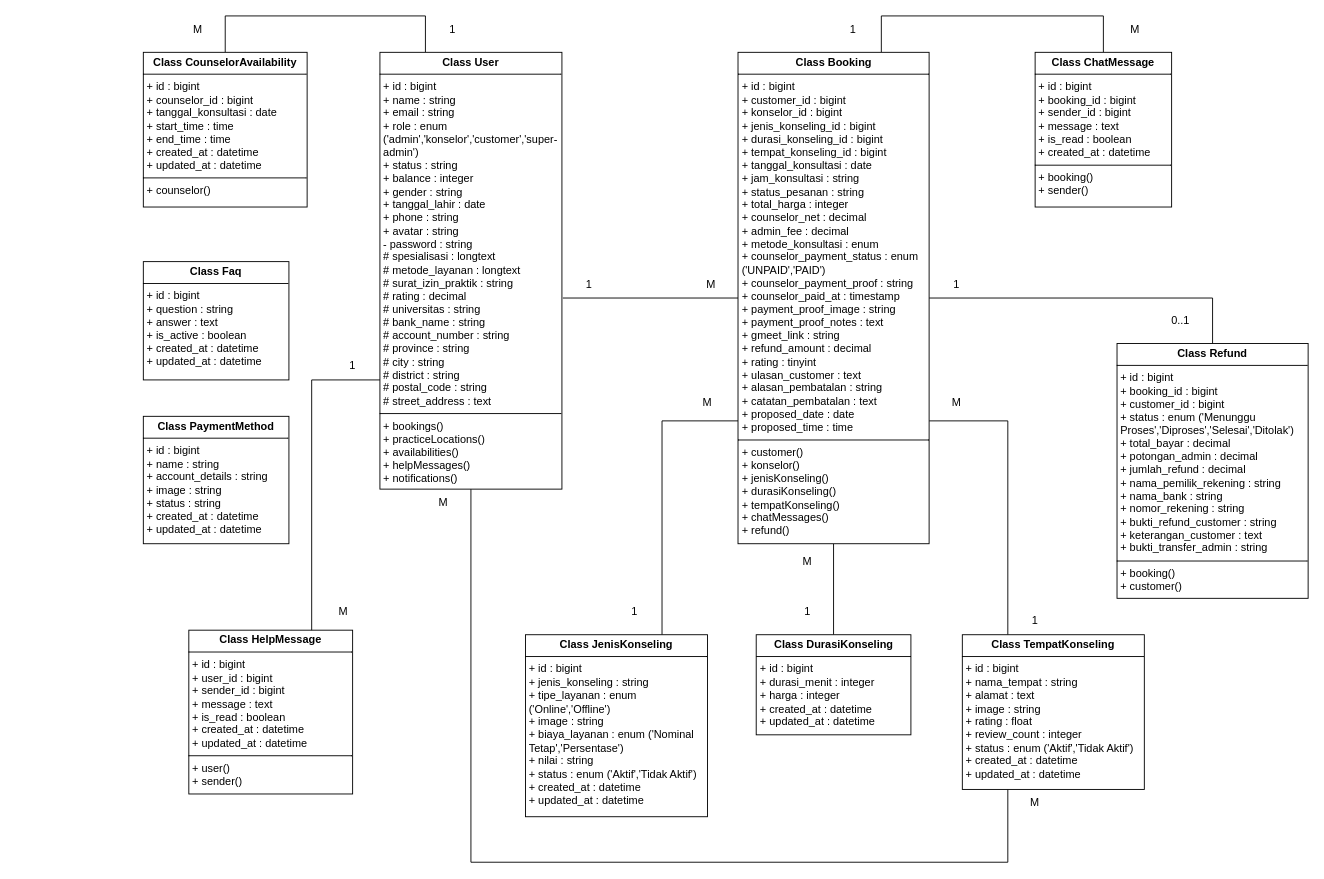
Above: Class Diagram.drawio in UlulAzmiALatala/moodly-app (draw.io), before the change. Source tidied: cells renumbered, new cells numbered last; positions are measured from the earlier drawing's top-left corner, leaving out a move shared by most shapes. Both pictures are drawn from the tidied source at 91%, with x=0, y=0 at pixel (143, 15).
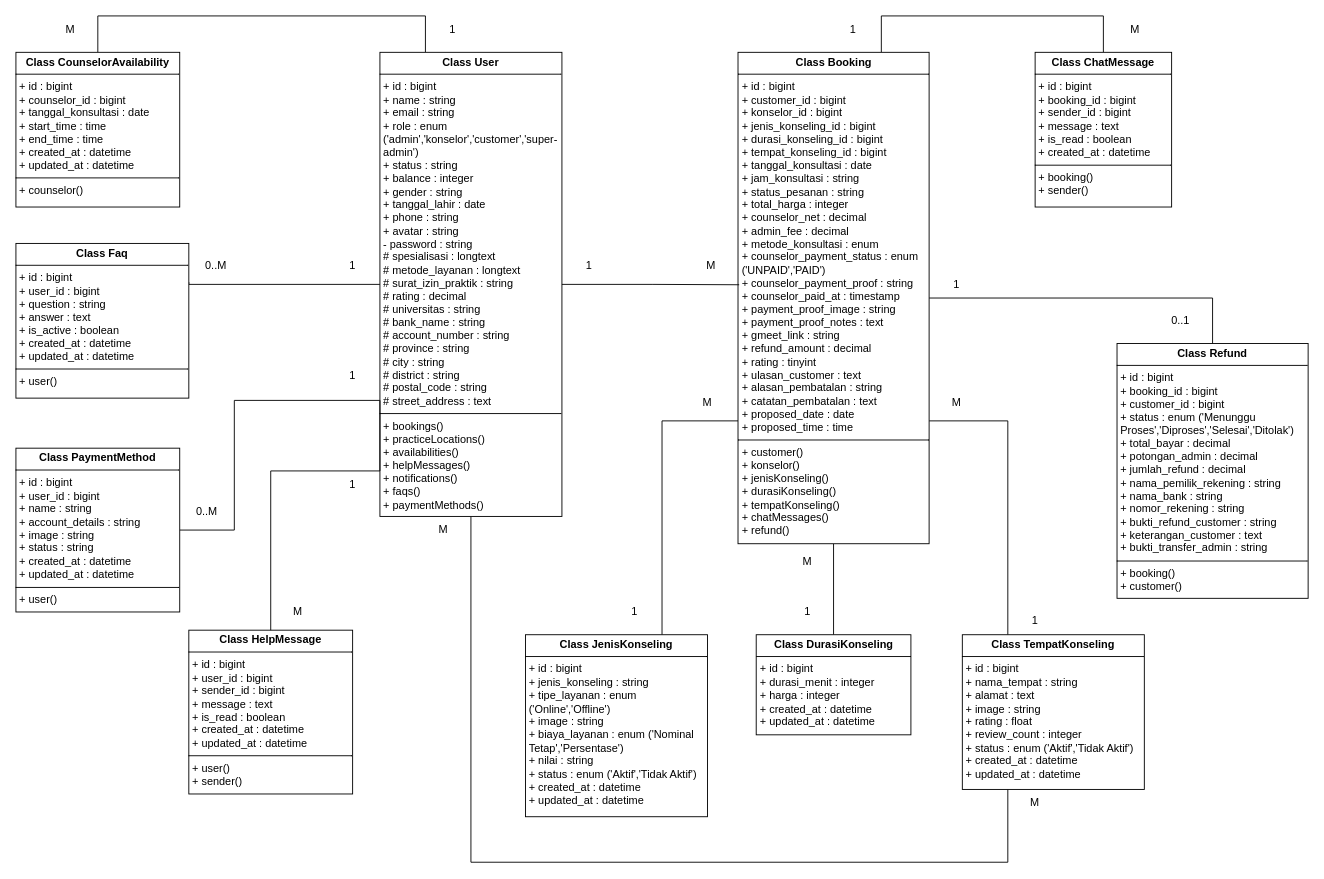
The same diagram, later.

Unchanged cells that the change refers to:
```xml
<mxCell id="10" value="&lt;p style=&quot;margin:0px;margin-top:4px;text-align:center;&quot;&gt;&lt;b&gt;Class Booking&lt;/b&gt;&lt;/p&gt;&lt;hr size=&quot;1&quot; style=&quot;border-style:solid;&quot;&gt;&lt;p style=&quot;margin:0px;margin-left:4px;&quot;&gt;+ id : bigint&lt;/p&gt;&lt;p style=&quot;margin:0px;margin-left:4px;&quot;&gt;+ customer_id : bigint&lt;/p&gt;&lt;p style=&quot;margin:0px;margin-left:4px;&quot;&gt;+ konselor_id : bigint&lt;/p&gt;&lt;p style=&quot;margin:0px;margin-left:4px;&quot;&gt;+ jenis_konseling_id : bigint&lt;/p&gt;&lt;p style=&quot;margin:0px;margin-left:4px;&quot;&gt;+ durasi_konseling_id : bigint&lt;/p&gt;&lt;p style=&quot;margin:0px;margin-left:4px;&quot;&gt;+ tempat_konseling_id : bigint&lt;/p&gt;&lt;p style=&quot;margin:0px;margin-left:4px;&quot;&gt;+ tanggal_konsultasi : date&lt;/p&gt;&lt;p style=&quot;margin:0px;margin-left:4px;&quot;&gt;+ jam_konsultasi : string&lt;/p&gt;&lt;p style=&quot;margin:0px;margin-left:4px;&quot;&gt;+ status_pesanan : string&lt;/p&gt;&lt;p style=&quot;margin:0px;margin-left:4px;&quot;&gt;+ total_harga : integer&lt;/p&gt;&lt;p style=&quot;margin:0px;margin-left:4px;&quot;&gt;+ counselor_net : decimal&lt;/p&gt;&lt;p style=&quot;margin:0px;margin-left:4px;&quot;&gt;+ admin_fee : decimal&lt;/p&gt;&lt;p style=&quot;margin:0px;margin-left:4px;&quot;&gt;+ metode_konsultasi : enum&lt;/p&gt;&lt;p style=&quot;margin:0px;margin-left:4px;&quot;&gt;+ counselor_payment_status : enum ('UNPAID','PAID')&lt;/p&gt;&lt;p style=&quot;margin:0px;margin-left:4px;&quot;&gt;+ counselor_payment_proof : string&lt;/p&gt;&lt;p style=&quot;margin:0px;margin-left:4px;&quot;&gt;+ counselor_paid_at : timestamp&lt;/p&gt;&lt;p style=&quot;margin:0px;margin-left:4px;&quot;&gt;+ payment_proof_image : string&lt;/p&gt;&lt;p style=&quot;margin:0px;margin-left:4px;&quot;&gt;+ payment_proof_notes : text&lt;/p&gt;&lt;p style=&quot;margin:0px;margin-left:4px;&quot;&gt;+ gmeet_link : string&lt;/p&gt;&lt;p style=&quot;margin:0px;margin-left:4px;&quot;&gt;+ refund_amount : decimal&lt;/p&gt;&lt;p style=&quot;margin:0px;margin-left:4px;&quot;&gt;+ rating : tinyint&lt;/p&gt;&lt;p style=&quot;margin:0px;margin-left:4px;&quot;&gt;+ ulasan_customer : text&lt;/p&gt;&lt;p style=&quot;margin:0px;margin-left:4px;&quot;&gt;+ alasan_pembatalan : string&lt;/p&gt;&lt;p style=&quot;margin:0px;margin-left:4px;&quot;&gt;+ catatan_pembatalan : text&lt;/p&gt;&lt;p style=&quot;margin:0px;margin-left:4px;&quot;&gt;+ proposed_date : date&lt;/p&gt;&lt;p style=&quot;margin:0px;margin-left:4px;&quot;&gt;+ proposed_time : time&lt;/p&gt;&lt;hr size=&quot;1&quot; style=&quot;border-style:solid;&quot;&gt;&lt;p style=&quot;margin:0px;margin-left:4px;&quot;&gt;+ customer()&lt;/p&gt;&lt;p style=&quot;margin:0px;margin-left:4px;&quot;&gt;+ konselor()&lt;/p&gt;&lt;p style=&quot;margin:0px;margin-left:4px;&quot;&gt;+ jenisKonseling()&lt;/p&gt;&lt;p style=&quot;margin:0px;margin-left:4px;&quot;&gt;+ durasiKonseling()&lt;/p&gt;&lt;p style=&quot;margin:0px;margin-left:4px;&quot;&gt;+ tempatKonseling()&lt;/p&gt;&lt;p style=&quot;margin:0px;margin-left:4px;&quot;&gt;+ chatMessages()&lt;/p&gt;&lt;p style=&quot;margin:0px;margin-left:4px;&quot;&gt;+ refund()&lt;/p&gt;" style="verticalAlign=top;align=left;overflow=fill;html=1;whiteSpace=wrap;" parent="1" vertex="1">
  <mxGeometry x="653.5" y="40" width="210" height="540" as="geometry" />
</mxCell>
<mxCell id="18" value="&lt;p style=&quot;margin:0px;margin-top:4px;text-align:center;&quot;&gt;&lt;b&gt;Class&amp;nbsp;&lt;/b&gt;&lt;span style=&quot;background-color: transparent; color: light-dark(rgb(0, 0, 0), rgb(255, 255, 255)); text-align: left;&quot;&gt;&lt;b&gt;HelpMessage&lt;/b&gt;&lt;/span&gt;&lt;/p&gt;&lt;hr size=&quot;1&quot; style=&quot;border-style:solid;&quot;&gt;&lt;p style=&quot;margin:0px;margin-left:4px;&quot;&gt;+ id : bigint&lt;/p&gt;&lt;p style=&quot;margin:0px;margin-left:4px;&quot;&gt;+ user_id : bigint&lt;/p&gt;&lt;p style=&quot;margin:0px;margin-left:4px;&quot;&gt;+ sender_id : bigint&lt;/p&gt;&lt;p style=&quot;margin:0px;margin-left:4px;&quot;&gt;+ message : text&lt;/p&gt;&lt;p style=&quot;margin:0px;margin-left:4px;&quot;&gt;+ is_read : boolean&lt;/p&gt;&lt;p style=&quot;margin:0px;margin-left:4px;&quot;&gt;+ created_at : datetime&lt;/p&gt;&lt;p style=&quot;margin:0px;margin-left:4px;&quot;&gt;+ updated_at : datetime&lt;/p&gt;&lt;hr size=&quot;1&quot; style=&quot;border-style:solid;&quot;&gt;&lt;p style=&quot;margin:0px;margin-left:4px;&quot;&gt;+ user()&lt;/p&gt;&lt;p style=&quot;margin:0px;margin-left:4px;&quot;&gt;+ sender()&lt;/p&gt;" style="verticalAlign=top;align=left;overflow=fill;html=1;whiteSpace=wrap;" parent="1" vertex="1">
  <mxGeometry x="50" y="675" width="180" height="180" as="geometry" />
</mxCell>
```

Change to the diagram source:
```diff
@@
     <mxCell id="3" style="edgeStyle=orthogonalEdgeStyle;rounded=0;jettySize=auto;html=1;exitX=0.25;exitY=0;exitDx=0;exitDy=0;entryX=0.5;entryY=0;entryDx=0;entryDy=0;endArrow=none;endFill=0;" parent="1" edge="1" source="4" target="11">
       <mxGeometry relative="1" as="geometry">
         <Array as="points">
           <mxPoint x="310" />
-          <mxPoint x="90" />
+          <mxPoint x="-50" />
         </Array>
       </mxGeometry>
     </mxCell>
+    <mxCell id="40" style="edgeStyle=orthogonalEdgeStyle;rounded=0;jettySize=auto;html=1;exitX=0;exitY=0.5;exitDx=0;exitDy=0;entryX=1;entryY=0.25;entryDx=0;entryDy=0;endArrow=none;endFill=0;" parent="1" edge="1" source="4" target="42">
+      <mxGeometry relative="1" as="geometry">
+        <Array as="points">
+          <mxPoint x="50" y="295" />
+        </Array>
+      </mxGeometry>
+    </mxCell>
+    <mxCell id="41" style="edgeStyle=orthogonalEdgeStyle;rounded=0;jettySize=auto;html=1;exitX=0;exitY=0.75;exitDx=0;exitDy=0;entryX=1;entryY=0.5;entryDx=0;entryDy=0;endArrow=none;endFill=0;" parent="1" edge="1" source="4" target="43">
+      <mxGeometry relative="1" as="geometry">
+        <Array as="points">
+          <mxPoint x="100" y="423" />
+          <mxPoint x="100" y="565" />
+        </Array>
+      </mxGeometry>
+    </mxCell>
-    <mxCell id="4" value="&lt;p style=&quot;margin:0px;margin-top:4px;text-align:center;&quot;&gt;&lt;b&gt;Class User&lt;/b&gt;&lt;/p&gt;&lt;hr size=&quot;1&quot; style=&quot;border-style:solid;&quot;&gt;&lt;p style=&quot;margin:0px;margin-left:4px;&quot;&gt;+ id : bigint&lt;/p&gt;&lt;p style=&quot;margin:0px;margin-left:4px;&quot;&gt;+ name : string&lt;/p&gt;&lt;p style=&quot;margin:0px;margin-left:4px;&quot;&gt;+ email : string&lt;/p&gt;&lt;p style=&quot;margin:0px;margin-left:4px;&quot;&gt;+ role : enum ('admin','konselor','customer','super-admin')&lt;/p&gt;&lt;p style=&quot;margin:0px;margin-left:4px;&quot;&gt;+ status : string&lt;/p&gt;&lt;p style=&quot;margin:0px;margin-left:4px;&quot;&gt;+ balance : integer&lt;/p&gt;&lt;p style=&quot;margin:0px;margin-left:4px;&quot;&gt;+ gender : string&lt;/p&gt;&lt;p style=&quot;margin:0px;margin-left:4px;&quot;&gt;+ tanggal_lahir : date&lt;/p&gt;&lt;p style=&quot;margin:0px;margin-left:4px;&quot;&gt;+ phone : string&lt;/p&gt;&lt;p style=&quot;margin:0px;margin-left:4px;&quot;&gt;+ avatar : string&lt;/p&gt;&lt;p style=&quot;margin:0px;margin-left:4px;&quot;&gt;- password : string&lt;/p&gt;&lt;p style=&quot;margin:0px;margin-left:4px;&quot;&gt;# spesialisasi : longtext&lt;/p&gt;&lt;p style=&quot;margin:0px;margin-left:4px;&quot;&gt;# metode_layanan : longtext&lt;/p&gt;&lt;p style=&quot;margin:0px;margin-left:4px;&quot;&gt;# surat_izin_praktik : string&lt;/p&gt;&lt;p style=&quot;margin:0px;margin-left:4px;&quot;&gt;# rating : decimal&lt;/p&gt;&lt;p style=&quot;margin:0px;margin-left:4px;&quot;&gt;# universitas : string&lt;/p&gt;&lt;p style=&quot;margin:0px;margin-left:4px;&quot;&gt;# bank_name : string&lt;/p&gt;&lt;p style=&quot;margin:0px;margin-left:4px;&quot;&gt;# account_number : string&lt;/p&gt;&lt;p style=&quot;margin:0px;margin-left:4px;&quot;&gt;# province : string&lt;/p&gt;&lt;p style=&quot;margin:0px;margin-left:4px;&quot;&gt;# city : string&lt;/p&gt;&lt;p style=&quot;margin:0px;margin-left:4px;&quot;&gt;# district : string&lt;/p&gt;&lt;p style=&quot;margin:0px;margin-left:4px;&quot;&gt;# postal_code : string&lt;/p&gt;&lt;p style=&quot;margin:0px;margin-left:4px;&quot;&gt;# street_address : text&lt;/p&gt;&lt;hr size=&quot;1&quot; style=&quot;border-style:solid;&quot;&gt;&lt;p style=&quot;margin:0px;margin-left:4px;&quot;&gt;+ bookings()&lt;/p&gt;&lt;p style=&quot;margin:0px;margin-left:4px;&quot;&gt;+ practiceLocations()&lt;/p&gt;&lt;p style=&quot;margin:0px;margin-left:4px;&quot;&gt;+ availabilities()&lt;/p&gt;&lt;p style=&quot;margin:0px;margin-left:4px;&quot;&gt;+ helpMessages()&lt;/p&gt;&lt;p style=&quot;margin:0px;margin-left:4px;&quot;&gt;+ notifications()&lt;/p&gt;" style="verticalAlign=top;align=left;overflow=fill;html=1;whiteSpace=wrap;" parent="1" vertex="1">
-      <mxGeometry x="260" y="40" width="200" height="480" as="geometry" />
+    <mxCell id="4" value="&lt;p style=&quot;margin:0px;margin-top:4px;text-align:center;&quot;&gt;&lt;b&gt;Class User&lt;/b&gt;&lt;/p&gt;&lt;hr size=&quot;1&quot; style=&quot;border-style:solid;&quot;&gt;&lt;p style=&quot;margin:0px;margin-left:4px;&quot;&gt;+ id : bigint&lt;/p&gt;&lt;p style=&quot;margin:0px;margin-left:4px;&quot;&gt;+ name : string&lt;/p&gt;&lt;p style=&quot;margin:0px;margin-left:4px;&quot;&gt;+ email : string&lt;/p&gt;&lt;p style=&quot;margin:0px;margin-left:4px;&quot;&gt;+ role : enum ('admin','konselor','customer','super-admin')&lt;/p&gt;&lt;p style=&quot;margin:0px;margin-left:4px;&quot;&gt;+ status : string&lt;/p&gt;&lt;p style=&quot;margin:0px;margin-left:4px;&quot;&gt;+ balance : integer&lt;/p&gt;&lt;p style=&quot;margin:0px;margin-left:4px;&quot;&gt;+ gender : string&lt;/p&gt;&lt;p style=&quot;margin:0px;margin-left:4px;&quot;&gt;+ tanggal_lahir : date&lt;/p&gt;&lt;p style=&quot;margin:0px;margin-left:4px;&quot;&gt;+ phone : string&lt;/p&gt;&lt;p style=&quot;margin:0px;margin-left:4px;&quot;&gt;+ avatar : string&lt;/p&gt;&lt;p style=&quot;margin:0px;margin-left:4px;&quot;&gt;- password : string&lt;/p&gt;&lt;p style=&quot;margin:0px;margin-left:4px;&quot;&gt;# spesialisasi : longtext&lt;/p&gt;&lt;p style=&quot;margin:0px;margin-left:4px;&quot;&gt;# metode_layanan : longtext&lt;/p&gt;&lt;p style=&quot;margin:0px;margin-left:4px;&quot;&gt;# surat_izin_praktik : string&lt;/p&gt;&lt;p style=&quot;margin:0px;margin-left:4px;&quot;&gt;# rating : decimal&lt;/p&gt;&lt;p style=&quot;margin:0px;margin-left:4px;&quot;&gt;# universitas : string&lt;/p&gt;&lt;p style=&quot;margin:0px;margin-left:4px;&quot;&gt;# bank_name : string&lt;/p&gt;&lt;p style=&quot;margin:0px;margin-left:4px;&quot;&gt;# account_number : string&lt;/p&gt;&lt;p style=&quot;margin:0px;margin-left:4px;&quot;&gt;# province : string&lt;/p&gt;&lt;p style=&quot;margin:0px;margin-left:4px;&quot;&gt;# city : string&lt;/p&gt;&lt;p style=&quot;margin:0px;margin-left:4px;&quot;&gt;# district : string&lt;/p&gt;&lt;p style=&quot;margin:0px;margin-left:4px;&quot;&gt;# postal_code : string&lt;/p&gt;&lt;p style=&quot;margin:0px;margin-left:4px;&quot;&gt;# street_address : text&lt;/p&gt;&lt;hr size=&quot;1&quot; style=&quot;border-style:solid;&quot;&gt;&lt;p style=&quot;margin:0px;margin-left:4px;&quot;&gt;+ bookings()&lt;/p&gt;&lt;p style=&quot;margin:0px;margin-left:4px;&quot;&gt;+ practiceLocations()&lt;/p&gt;&lt;p style=&quot;margin:0px;margin-left:4px;&quot;&gt;+ availabilities()&lt;/p&gt;&lt;p style=&quot;margin:0px;margin-left:4px;&quot;&gt;+ helpMessages()&lt;/p&gt;&lt;p style=&quot;margin:0px;margin-left:4px;&quot;&gt;+ notifications()&lt;/p&gt;&lt;p style=&quot;margin:0px;margin-left:4px;&quot;&gt;+ faqs()&lt;/p&gt;&lt;p style=&quot;margin:0px;margin-left:4px;&quot;&gt;+ paymentMethods()&lt;/p&gt;" style="verticalAlign=top;align=left;overflow=fill;html=1;whiteSpace=wrap;" parent="1" vertex="1">
+      <mxGeometry x="260" y="40" width="200" height="510" as="geometry" />
     </mxCell>
@@
     <mxCell id="11" value="&lt;p style=&quot;margin:0px;margin-top:4px;text-align:center;&quot;&gt;&lt;b&gt;Class&amp;nbsp;&lt;/b&gt;&lt;span style=&quot;background-color: transparent; color: light-dark(rgb(0, 0, 0), rgb(255, 255, 255)); text-align: left;&quot;&gt;&lt;b&gt;CounselorAvailability&lt;/b&gt;&lt;/span&gt;&lt;/p&gt;&lt;hr size=&quot;1&quot; style=&quot;border-style:solid;&quot;&gt;&lt;p style=&quot;margin:0px;margin-left:4px;&quot;&gt;+ id : bigint&lt;/p&gt;&lt;p style=&quot;margin:0px;margin-left:4px;&quot;&gt;+ counselor_id : bigint&lt;/p&gt;&lt;p style=&quot;margin:0px;margin-left:4px;&quot;&gt;+ tanggal_konsultasi : date&lt;/p&gt;&lt;p style=&quot;margin:0px;margin-left:4px;&quot;&gt;+ start_time : time&lt;/p&gt;&lt;p style=&quot;margin:0px;margin-left:4px;&quot;&gt;+ end_time : time&lt;/p&gt;&lt;p style=&quot;margin:0px;margin-left:4px;&quot;&gt;+ created_at : datetime&lt;/p&gt;&lt;p style=&quot;margin:0px;margin-left:4px;&quot;&gt;+ updated_at : datetime&lt;/p&gt;&lt;hr size=&quot;1&quot; style=&quot;border-style:solid;&quot;&gt;&lt;p style=&quot;margin:0px;margin-left:4px;&quot;&gt;+ counselor()&lt;/p&gt;" style="verticalAlign=top;align=left;overflow=fill;html=1;whiteSpace=wrap;" parent="1" vertex="1">
-      <mxGeometry y="40" width="180" height="170" as="geometry" />
+      <mxGeometry x="-140" y="40" width="180" height="170" as="geometry" />
     </mxCell>
@@
-    <mxCell id="17" value="&lt;p style=&quot;margin:0px;margin-top:4px;text-align:center;&quot;&gt;&lt;b&gt;Class&amp;nbsp;&lt;/b&gt;&lt;span style=&quot;background-color: transparent; color: light-dark(rgb(0, 0, 0), rgb(255, 255, 255)); text-align: left;&quot;&gt;&lt;b&gt;Faq&lt;/b&gt;&lt;/span&gt;&lt;/p&gt;&lt;hr size=&quot;1&quot; style=&quot;border-style:solid;&quot;&gt;&lt;p style=&quot;margin:0px;margin-left:4px;&quot;&gt;+ id : bigint&lt;/p&gt;&lt;p style=&quot;margin:0px;margin-left:4px;&quot;&gt;+ question : string&lt;/p&gt;&lt;p style=&quot;margin:0px;margin-left:4px;&quot;&gt;+ answer : text&lt;/p&gt;&lt;p style=&quot;margin:0px;margin-left:4px;&quot;&gt;+ is_active : boolean&lt;/p&gt;&lt;p style=&quot;margin:0px;margin-left:4px;&quot;&gt;+ created_at : datetime&lt;/p&gt;&lt;p style=&quot;margin:0px;margin-left:4px;&quot;&gt;+ updated_at : datetime&lt;/p&gt;&lt;p style=&quot;margin:0px;margin-left:4px;&quot;&gt;&lt;br&gt;&lt;/p&gt;" style="verticalAlign=top;align=left;overflow=fill;html=1;whiteSpace=wrap;" parent="1" vertex="1">
-      <mxGeometry y="270" width="160" height="130" as="geometry" />
-    </mxCell>
@@
-    <mxCell id="19" value="&lt;p style=&quot;margin:0px;margin-top:4px;text-align:center;&quot;&gt;&lt;b&gt;Class&amp;nbsp;&lt;/b&gt;&lt;span style=&quot;background-color: transparent; color: light-dark(rgb(0, 0, 0), rgb(255, 255, 255)); text-align: left;&quot;&gt;&lt;b&gt;PaymentMethod&lt;/b&gt;&lt;/span&gt;&lt;/p&gt;&lt;hr size=&quot;1&quot; style=&quot;border-style:solid;&quot;&gt;&lt;p style=&quot;margin:0px;margin-left:4px;&quot;&gt;+ id : bigint&lt;/p&gt;&lt;p style=&quot;margin:0px;margin-left:4px;&quot;&gt;+ name : string&lt;/p&gt;&lt;p style=&quot;margin:0px;margin-left:4px;&quot;&gt;+ account_details : string&lt;/p&gt;&lt;p style=&quot;margin:0px;margin-left:4px;&quot;&gt;+ image : string&lt;/p&gt;&lt;p style=&quot;margin:0px;margin-left:4px;&quot;&gt;+ status : string&lt;/p&gt;&lt;p style=&quot;margin:0px;margin-left:4px;&quot;&gt;+ created_at : datetime&lt;/p&gt;&lt;p style=&quot;margin:0px;margin-left:4px;&quot;&gt;+ updated_at : datetime&lt;/p&gt;&lt;p style=&quot;margin:0px;margin-left:4px;&quot;&gt;&lt;br&gt;&lt;/p&gt;" style="verticalAlign=top;align=left;overflow=fill;html=1;whiteSpace=wrap;" parent="1" vertex="1">
-      <mxGeometry y="440" width="160" height="140" as="geometry" />
-    </mxCell>
-    <mxCell id="20" style="rounded=0;jettySize=auto;html=1;entryX=0;entryY=0.5;entryDx=0;entryDy=0;endArrow=none;endFill=0;" parent="1" edge="1" target="10">
+    <mxCell id="20" style="rounded=0;jettySize=auto;html=1;entryX=0.006;entryY=0.473;entryDx=0;entryDy=0;endArrow=none;endFill=0;exitX=1;exitY=0.5;exitDx=0;exitDy=0;entryPerimeter=0;" parent="1" edge="1" source="4" target="10">
       <mxGeometry relative="1" as="geometry">
-        <mxPoint x="461" y="310" as="sourcePoint" />
+        <Array as="points">
+          <mxPoint x="560" y="295" />
+        </Array>
       </mxGeometry>
     </mxCell>
@@
     <mxCell id="27" value="1" style="text;html=1;whiteSpace=wrap;strokeColor=none;fillColor=none;align=center;verticalAlign=middle;rounded=0;" parent="1" vertex="1">
-      <mxGeometry x="460" y="280" width="60" height="30" as="geometry" />
+      <mxGeometry x="460" y="260" width="60" height="30" as="geometry" />
     </mxCell>
     <mxCell id="28" value="M" style="text;html=1;whiteSpace=wrap;strokeColor=none;fillColor=none;align=center;verticalAlign=middle;rounded=0;" parent="1" vertex="1">
-      <mxGeometry x="593.5" y="280" width="60" height="30" as="geometry" />
+      <mxGeometry x="593.5" y="260" width="60" height="30" as="geometry" />
     </mxCell>
@@
     <mxCell id="30" value="M" style="text;html=1;whiteSpace=wrap;strokeColor=none;fillColor=none;align=center;verticalAlign=middle;rounded=0;" parent="1" vertex="1">
-      <mxGeometry x="30" width="60" height="30" as="geometry" />
+      <mxGeometry x="-110" width="60" height="30" as="geometry" />
     </mxCell>
@@
-    <mxCell id="33" style="edgeStyle=orthogonalEdgeStyle;rounded=0;jettySize=auto;html=1;exitX=0;exitY=0.75;exitDx=0;exitDy=0;entryX=0.75;entryY=0;entryDx=0;entryDy=0;endArrow=none;endFill=0;" parent="1" edge="1" source="4" target="18">
-      <mxGeometry relative="1" as="geometry" />
+    <mxCell id="33" style="edgeStyle=orthogonalEdgeStyle;rounded=0;jettySize=auto;html=1;exitX=0;exitY=0.75;exitDx=0;exitDy=0;entryX=0.5;entryY=0;entryDx=0;entryDy=0;endArrow=none;endFill=0;" parent="1" edge="1" source="4" target="18">
+      <mxGeometry relative="1" as="geometry">
+        <Array as="points">
+          <mxPoint x="260" y="500" />
+          <mxPoint x="140" y="500" />
+        </Array>
+      </mxGeometry>
     </mxCell>
     <mxCell id="34" value="1" style="text;html=1;whiteSpace=wrap;strokeColor=none;fillColor=none;align=center;verticalAlign=middle;rounded=0;" parent="1" vertex="1">
-      <mxGeometry x="200" y="370" width="60" height="30" as="geometry" />
+      <mxGeometry x="200" y="500" width="60" height="30" as="geometry" />
     </mxCell>
     <mxCell id="35" value="M" style="text;html=1;whiteSpace=wrap;strokeColor=none;fillColor=none;align=center;verticalAlign=middle;rounded=0;" parent="1" vertex="1">
-      <mxGeometry x="190" y="640" width="60" height="30" as="geometry" />
+      <mxGeometry x="140" y="640" width="60" height="30" as="geometry" />
     </mxCell>
@@
     <mxCell id="38" value="M" style="text;html=1;whiteSpace=wrap;strokeColor=none;fillColor=none;align=center;verticalAlign=middle;rounded=0;" parent="1" vertex="1">
-      <mxGeometry x="300" y="520" width="60" height="30" as="geometry" />
+      <mxGeometry x="300" y="550" width="60" height="30" as="geometry" />
     </mxCell>
@@
+    <mxCell id="42" value="&lt;p style=&quot;margin: 4px 0px 0px; text-align: center;&quot;&gt;&lt;b&gt;Class&amp;nbsp;&lt;/b&gt;&lt;span style=&quot;background-color: transparent; color: light-dark(rgb(0, 0, 0), rgb(255, 255, 255)); text-align: left;&quot;&gt;&lt;b&gt;Faq&lt;/b&gt;&lt;/span&gt;&lt;/p&gt;&lt;hr size=&quot;1&quot; style=&quot;border-style: solid;&quot;&gt;&lt;p style=&quot;margin: 0px 0px 0px 4px;&quot;&gt;+ id : bigint&lt;/p&gt;&lt;p style=&quot;margin: 0px 0px 0px 4px;&quot;&gt;+ user_id : bigint&lt;/p&gt;&lt;p style=&quot;margin: 0px 0px 0px 4px;&quot;&gt;+ question : string&lt;/p&gt;&lt;p style=&quot;margin: 0px 0px 0px 4px;&quot;&gt;+ answer : text&lt;/p&gt;&lt;p style=&quot;margin: 0px 0px 0px 4px;&quot;&gt;+ is_active : boolean&lt;/p&gt;&lt;p style=&quot;margin: 0px 0px 0px 4px;&quot;&gt;+ created_at : datetime&lt;/p&gt;&lt;p style=&quot;margin: 0px 0px 0px 4px;&quot;&gt;+ updated_at : datetime&lt;/p&gt;&lt;hr size=&quot;1&quot; style=&quot;border-style:solid;&quot;&gt;&lt;p style=&quot;margin:0px;margin-left:4px;&quot;&gt;+ user()&lt;/p&gt;" style="verticalAlign=top;align=left;overflow=fill;html=1;whiteSpace=wrap;" parent="1" vertex="1">
+      <mxGeometry x="-140" y="250" width="190" height="170" as="geometry" />
+    </mxCell>
+    <mxCell id="43" value="&lt;p style=&quot;margin: 4px 0px 0px; text-align: center;&quot;&gt;&lt;b&gt;Class&amp;nbsp;&lt;/b&gt;&lt;span style=&quot;background-color: transparent; color: light-dark(rgb(0, 0, 0), rgb(255, 255, 255)); text-align: left;&quot;&gt;&lt;b&gt;PaymentMethod&lt;/b&gt;&lt;/span&gt;&lt;/p&gt;&lt;hr size=&quot;1&quot; style=&quot;border-style: solid;&quot;&gt;&lt;p style=&quot;margin: 0px 0px 0px 4px;&quot;&gt;+ id : bigint&lt;/p&gt;&lt;p style=&quot;margin: 0px 0px 0px 4px;&quot;&gt;+ user_id : bigint&lt;/p&gt;&lt;p style=&quot;margin: 0px 0px 0px 4px;&quot;&gt;+ name : string&lt;/p&gt;&lt;p style=&quot;margin: 0px 0px 0px 4px;&quot;&gt;+ account_details : string&lt;/p&gt;&lt;p style=&quot;margin: 0px 0px 0px 4px;&quot;&gt;+ image : string&lt;/p&gt;&lt;p style=&quot;margin: 0px 0px 0px 4px;&quot;&gt;+ status : string&lt;/p&gt;&lt;p style=&quot;margin: 0px 0px 0px 4px;&quot;&gt;+ created_at : datetime&lt;/p&gt;&lt;p style=&quot;margin: 0px 0px 0px 4px;&quot;&gt;+ updated_at : datetime&lt;/p&gt;&lt;hr size=&quot;1&quot; style=&quot;border-style:solid;&quot;&gt;&lt;p style=&quot;margin:0px;margin-left:4px;&quot;&gt;+ user()&lt;/p&gt;" style="verticalAlign=top;align=left;overflow=fill;html=1;whiteSpace=wrap;" parent="1" vertex="1">
+      <mxGeometry x="-140" y="475" width="180" height="180" as="geometry" />
+    </mxCell>
+    <mxCell id="44" value="1" style="text;html=1;whiteSpace=wrap;strokeColor=none;fillColor=none;align=center;verticalAlign=middle;rounded=0;" parent="1" vertex="1">
+      <mxGeometry x="200" y="260" width="60" height="30" as="geometry" />
+    </mxCell>
+    <mxCell id="45" value="1" style="text;html=1;whiteSpace=wrap;strokeColor=none;fillColor=none;align=center;verticalAlign=middle;rounded=0;" parent="1" vertex="1">
+      <mxGeometry x="200" y="380" width="60" height="30" as="geometry" />
+    </mxCell>
+    <mxCell id="46" value="0..M" style="text;html=1;whiteSpace=wrap;strokeColor=none;fillColor=none;align=center;verticalAlign=middle;rounded=0;" parent="1" vertex="1">
+      <mxGeometry x="40" y="530" width="60" height="30" as="geometry" />
+    </mxCell>
+    <mxCell id="47" value="0..M" style="text;html=1;whiteSpace=wrap;strokeColor=none;fillColor=none;align=center;verticalAlign=middle;rounded=0;" parent="1" vertex="1">
+      <mxGeometry x="50" y="260" width="60" height="30" as="geometry" />
+    </mxCell>
```
